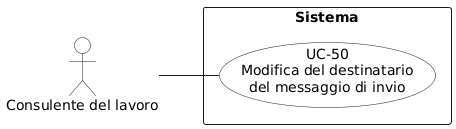
aLittleByte-19/Documentazione keeps this PlantUML diagram as RTB/Analisi dei Requisiti/diagrammi_use_case/UC-50.png. Above is the earlier version. Its diagram source:
```plantuml
@startuml
left to right direction
skinparam packageStyle rectangle
skinparam usecaseBackgroundColor White
skinparam actorBackgroundColor White

actor "Consulente del lavoro" as consulente

rectangle "Sistema" {
  usecase "UC-50\nModifica del destinatario\ndel messaggio di invio" as uc50
}

consulente -- uc50
@enduml
```
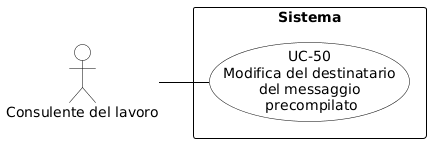
After the change.

The edit, as a diff of the source:
```diff
@@ -1,14 +1,30 @@
 @startuml
+skinparam shadowing false
+skinparam defaultFontName Arial
 left to right direction
-skinparam packageStyle rectangle
-skinparam usecaseBackgroundColor White
-skinparam actorBackgroundColor White
+skinparam nodesep 15
+skinparam ranksep 50
 
-actor "Consulente del lavoro" as consulente
+skinparam usecase {
+    BackgroundColor white
+    BorderColor black
+    ArrowColor black
+}
+skinparam actor {
+    BackgroundColor white
+    BorderColor black
+}
+skinparam rectangle {
+    BorderColor black
+    FontStyle bold
+}
+
+actor "Consulente del lavoro" as CL
 
 rectangle "Sistema" {
-  usecase "UC-50\nModifica del destinatario\ndel messaggio di invio" as uc50
+    usecase "UC-50\nModifica del destinatario\ndel messaggio\n precompilato" as UC50
+
 }
 
-consulente -- uc50
+CL -- UC50
 @enduml
```
